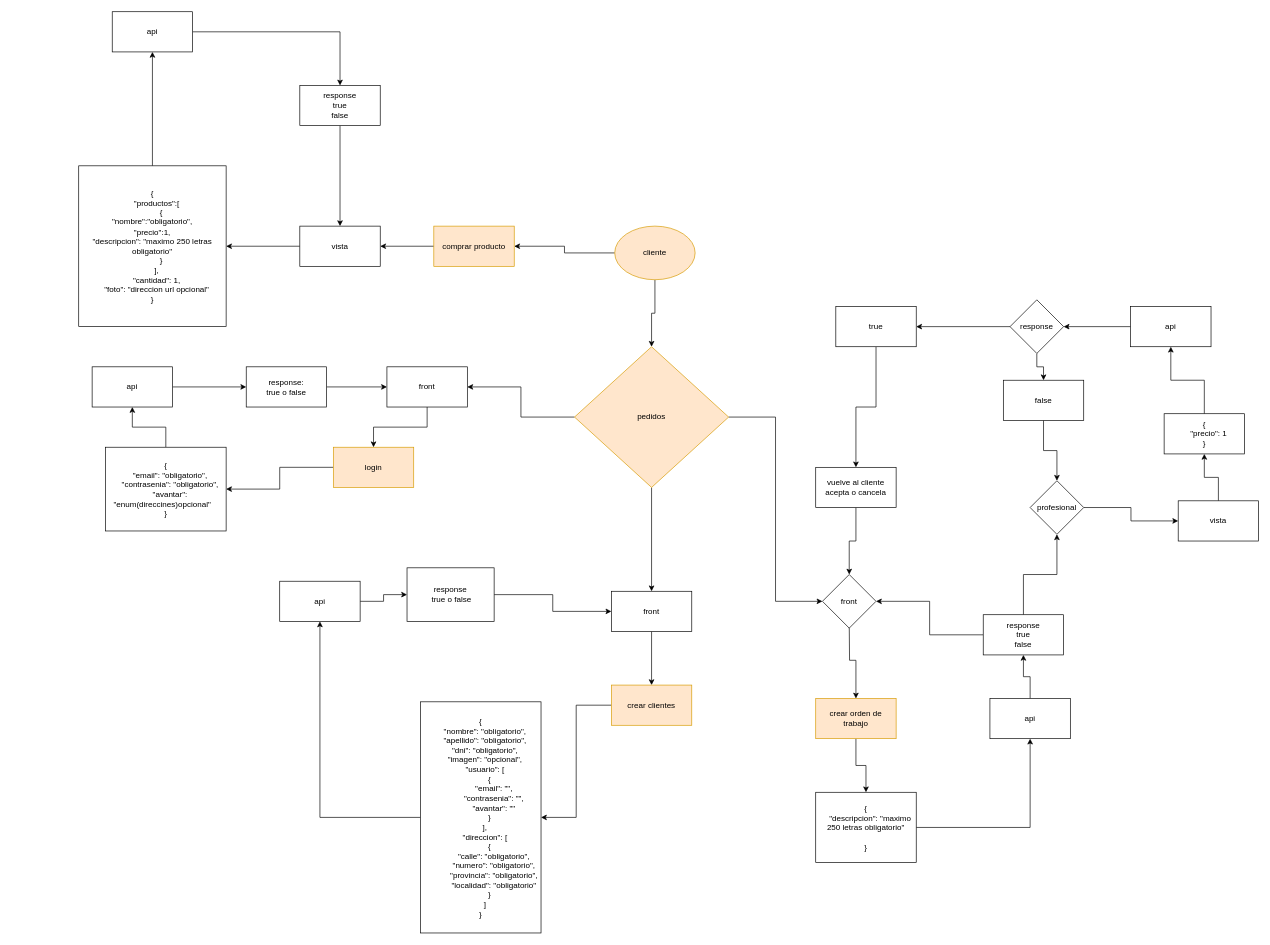
Before: FrontEnd/funcionalidad cliente y profesional/cliente.drawio in nicordz/Talentium, a draw.io diagram. Source tidied: cells renumbered, new cells numbered last; positions are measured from the earlier drawing's top-left corner, leaving out a move shared by most shapes. Both pictures are drawn from the tidied source at 67%, with x=0, y=0 at pixel (78, 11).
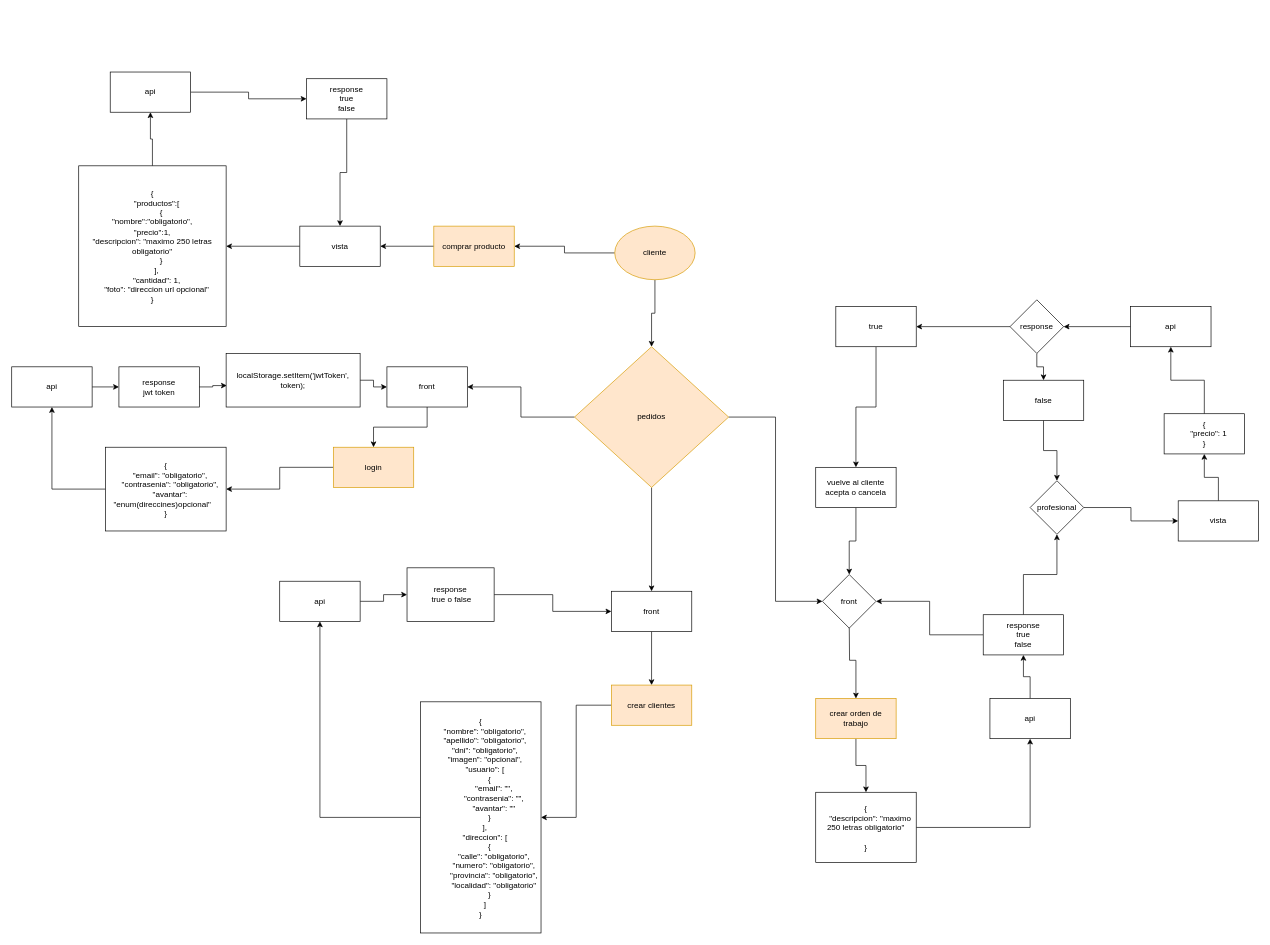
The same page after the edit.

Commit message (it also covers changes not shown here):
modificando el diagrama de funcionalidad cliente y agregando el ejemplo de pedidos get con jwt token

Unchanged cells that the change refers to:
```xml
<mxCell id="14" value="front" style="whiteSpace=wrap;html=1;" parent="1" vertex="1">
  <mxGeometry x="460" y="530" width="120" height="60" as="geometry" />
</mxCell>
<mxCell id="60" value="vista" style="whiteSpace=wrap;html=1;" parent="1" vertex="1">
  <mxGeometry x="330" y="320" width="120" height="60" as="geometry" />
</mxCell>
```

Diff of the diagram source:
```diff
@@
     <mxCell id="12" value="api" style="whiteSpace=wrap;html=1;" parent="1" vertex="1">
-      <mxGeometry x="20" y="530" width="120" height="60" as="geometry" />
+      <mxGeometry x="-100" y="530" width="120" height="60" as="geometry" />
     </mxCell>
@@
-    <mxCell id="17" style="edgeStyle=orthogonalEdgeStyle;rounded=0;jettySize=auto;html=1;" parent="1" edge="1" source="18" target="14">
-      <mxGeometry relative="1" as="geometry" />
-    </mxCell>
-    <mxCell id="18" value="&lt;div&gt;response:&lt;/div&gt;&lt;div&gt;true o false&lt;br&gt;&lt;/div&gt;" style="whiteSpace=wrap;html=1;" parent="1" vertex="1">
-      <mxGeometry x="250" y="530" width="120" height="60" as="geometry" />
+    <mxCell id="18" value="&lt;div&gt;response &lt;br&gt;&lt;/div&gt;&lt;div&gt;jwt token&lt;br&gt;&lt;/div&gt;" style="whiteSpace=wrap;html=1;" parent="1" vertex="1">
+      <mxGeometry x="60" y="530" width="120" height="60" as="geometry" />
     </mxCell>
@@
     <mxCell id="64" value="api" style="whiteSpace=wrap;html=1;" parent="1" vertex="1">
-      <mxGeometry x="50" width="120" height="60" as="geometry" />
+      <mxGeometry x="47" y="90" width="120" height="60" as="geometry" />
     </mxCell>
-    <mxCell id="65" style="edgeStyle=orthogonalEdgeStyle;rounded=0;jettySize=auto;html=1;" parent="1" edge="1" source="66" target="60">
+    <mxCell id="65" style="edgeStyle=orthogonalEdgeStyle;rounded=0;jettySize=auto;html=1;entryX=0.5;entryY=0;entryDx=0;entryDy=0;" parent="1" edge="1" source="66" target="60">
       <mxGeometry relative="1" as="geometry" />
     </mxCell>
     <mxCell id="66" value="&lt;div&gt;response &lt;br&gt;&lt;/div&gt;&lt;div&gt;true&lt;/div&gt;&lt;div&gt;false&lt;br&gt;&lt;/div&gt;" style="whiteSpace=wrap;html=1;" parent="1" vertex="1">
-      <mxGeometry x="330" y="110" width="120" height="60" as="geometry" />
+      <mxGeometry x="340" y="100" width="120" height="60" as="geometry" />
     </mxCell>
+    <mxCell id="67" style="edgeStyle=orthogonalEdgeStyle;rounded=0;jettySize=auto;html=1;entryX=0;entryY=0.5;entryDx=0;entryDy=0;" parent="1" edge="1" source="68" target="14">
+      <mxGeometry relative="1" as="geometry" />
+    </mxCell>
+    <mxCell id="68" value="localStorage.setItem('jwtToken', token);" style="whiteSpace=wrap;html=1;" parent="1" vertex="1">
+      <mxGeometry x="220" y="510" width="200" height="80" as="geometry" />
+    </mxCell>
+    <mxCell id="69" style="edgeStyle=orthogonalEdgeStyle;rounded=0;jettySize=auto;html=1;entryX=0.005;entryY=0.6;entryDx=0;entryDy=0;entryPerimeter=0;" parent="1" edge="1" source="18" target="68">
+      <mxGeometry relative="1" as="geometry" />
+    </mxCell>
```
